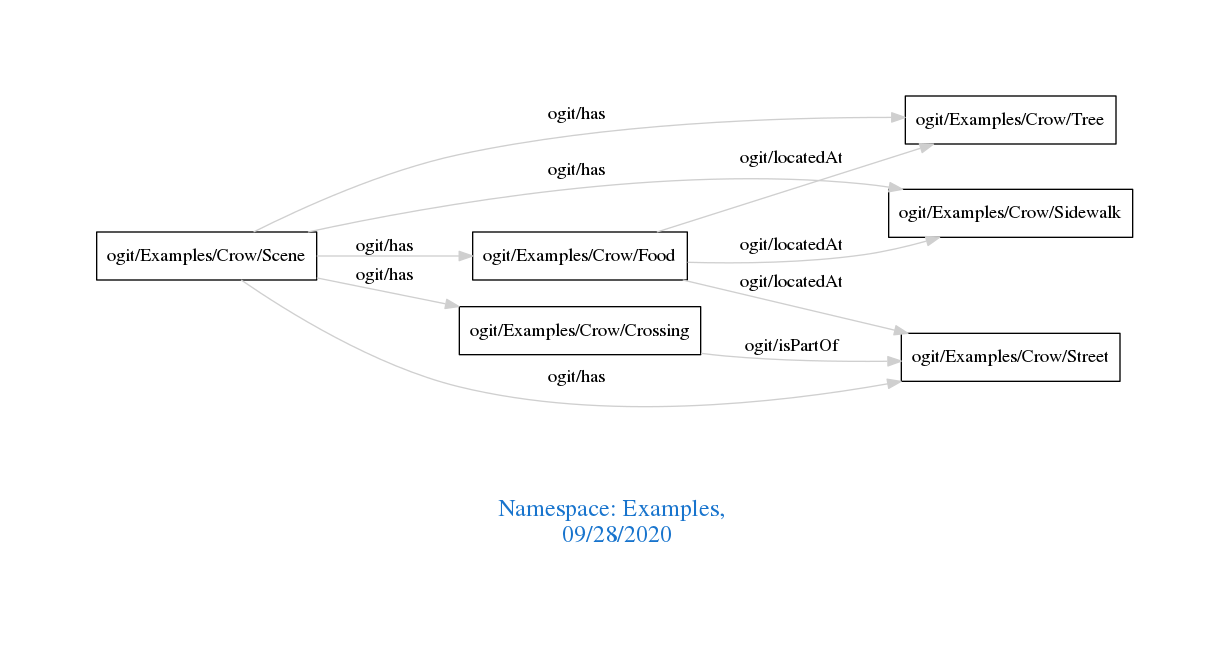
Earlier version of the Graphviz export downloads/Examples.png (arago/OGIT). Its source is kept beside it as downloads/Examples.dot.
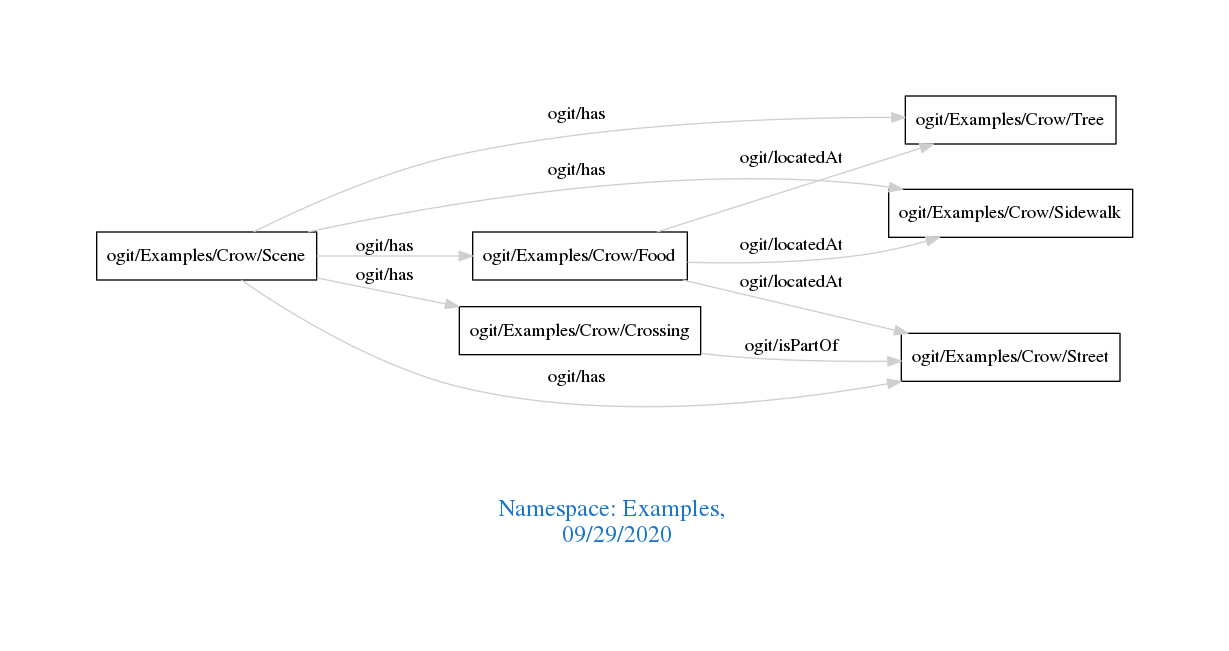
The same file after the commit.

The edit, as a diff of the source:
```diff
@@ -1,7 +1,7 @@
 digraph OGIT_ontology {
  graph [ rankdir= LR,pad=1
 fontsize = 18,
-fontcolor= dodgerblue3,label = "\n\n\nNamespace: Examples, \n 09/28/2020"];
+fontcolor= dodgerblue3,label = "\n\n\nNamespace: Examples, \n 09/29/2020"];
 node[shape=polygon];
 edge [  color="gray81"];
 
```
